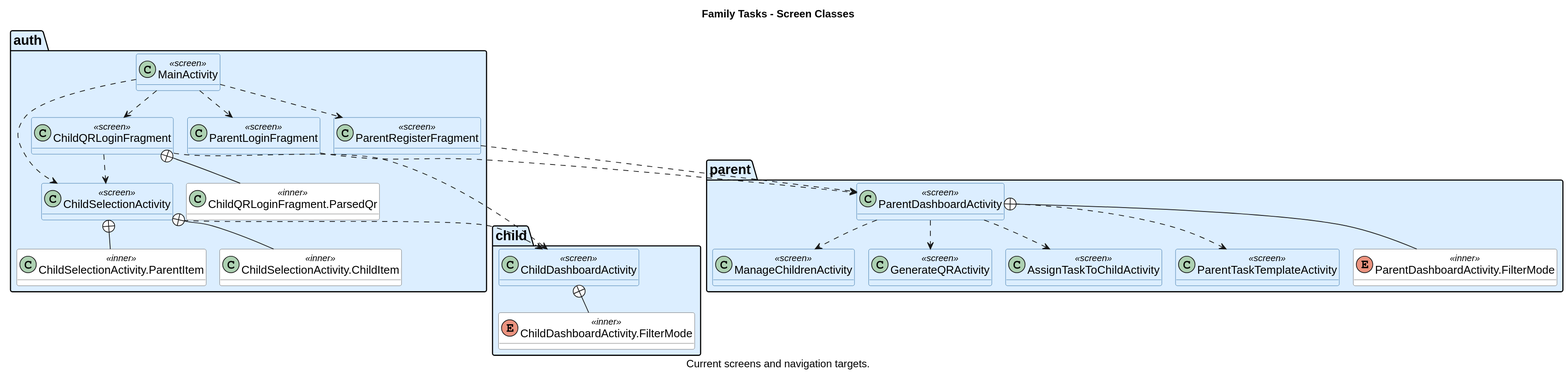
Before: docs/uml/images/family_tasks_screens.svg, a diagram exported from PlantUML (Roeip2000/Family_Tasks_Proj). Its diagram source:
```plantuml
@startuml
!pragma layout smetana
skinparam dpi 240
skinparam shadowing false
skinparam linetype ortho
skinparam classAttributeIconSize 0
skinparam defaultFontName Arial
skinparam classFontSize 15
skinparam packageFontSize 18
skinparam ArrowFontSize 12
skinparam classBackgroundColor<<screen>> #DCEEFF
skinparam classBorderColor<<screen>> #2F6FA3
skinparam classBackgroundColor<<inner>> #FFFFFF
skinparam classBorderColor<<inner>> #666666
hide empty methods
title Family Tasks - Screen Classes
caption Current screens and navigation targets.

package "auth" #DCEEFF {
class MainActivity <<screen>>
class ParentLoginFragment <<screen>>
class ParentRegisterFragment <<screen>>
class ChildQRLoginFragment <<screen>>
class ChildSelectionActivity <<screen>>
class "ChildQRLoginFragment.ParsedQr" as ParsedQr <<inner>>
class "ChildSelectionActivity.ParentItem" as ParentItem <<inner>>
class "ChildSelectionActivity.ChildItem" as SelectionChildItem <<inner>>
}

package "parent" #DCEEFF {
class ParentDashboardActivity <<screen>>
class ManageChildrenActivity <<screen>>
class GenerateQRActivity <<screen>>
class AssignTaskToChildActivity <<screen>>
class ParentTaskTemplateActivity <<screen>>
enum "ParentDashboardActivity.FilterMode" as ParentFilterMode <<inner>>
}

package "child" #DCEEFF {
class ChildDashboardActivity <<screen>>
enum "ChildDashboardActivity.FilterMode" as ChildFilterMode <<inner>>
}

MainActivity ..> ParentLoginFragment
MainActivity ..> ParentRegisterFragment
MainActivity ..> ChildQRLoginFragment
MainActivity ..> ChildSelectionActivity
ParentLoginFragment ..> ParentDashboardActivity
ParentRegisterFragment ..> ParentDashboardActivity
ChildQRLoginFragment ..> ChildSelectionActivity
ChildQRLoginFragment ..> ChildDashboardActivity
ChildQRLoginFragment +-- ParsedQr
ChildSelectionActivity ..> ChildDashboardActivity
ChildSelectionActivity +-- ParentItem
ChildSelectionActivity +-- SelectionChildItem
ParentDashboardActivity ..> ManageChildrenActivity
ParentDashboardActivity ..> ParentTaskTemplateActivity
ParentDashboardActivity ..> AssignTaskToChildActivity
ParentDashboardActivity ..> GenerateQRActivity
ParentDashboardActivity +-- ParentFilterMode
ChildDashboardActivity +-- ChildFilterMode
@enduml
```
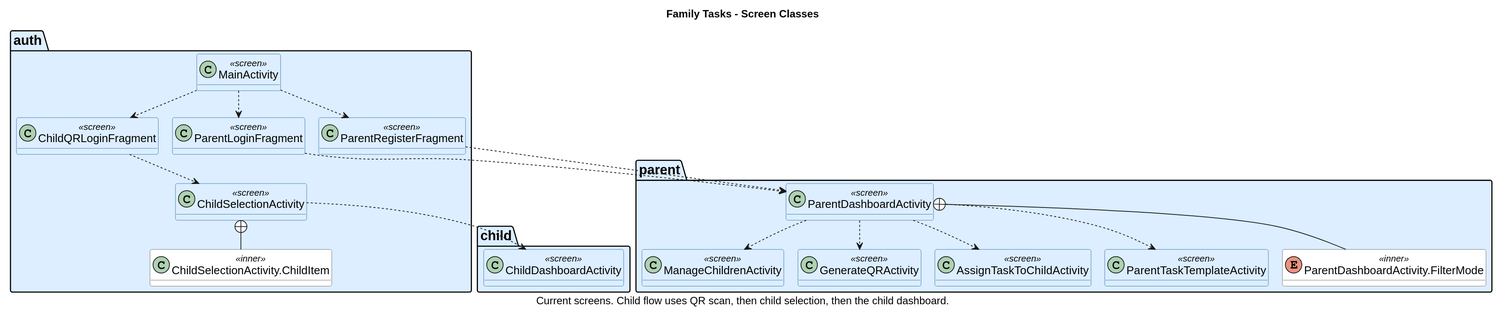
Above is the later version.

The edit, as a diff of the source:
```diff
@@ -14,7 +14,7 @@
 skinparam classBorderColor<<inner>> #666666
 hide empty methods
 title Family Tasks - Screen Classes
-caption Current screens and navigation targets.
+caption Current screens. Child flow uses QR scan, then child selection, then the child dashboard.
 
 package "auth" #DCEEFF {
 class MainActivity <<screen>>
@@ -22,8 +22,6 @@
 class ParentRegisterFragment <<screen>>
 class ChildQRLoginFragment <<screen>>
 class ChildSelectionActivity <<screen>>
-class "ChildQRLoginFragment.ParsedQr" as ParsedQr <<inner>>
-class "ChildSelectionActivity.ParentItem" as ParentItem <<inner>>
 class "ChildSelectionActivity.ChildItem" as SelectionChildItem <<inner>>
 }
 
@@ -38,25 +36,21 @@
 
 package "child" #DCEEFF {
 class ChildDashboardActivity <<screen>>
-enum "ChildDashboardActivity.FilterMode" as ChildFilterMode <<inner>>
 }
 
 MainActivity ..> ParentLoginFragment
 MainActivity ..> ParentRegisterFragment
 MainActivity ..> ChildQRLoginFragment
-MainActivity ..> ChildSelectionActivity
 ParentLoginFragment ..> ParentDashboardActivity
 ParentRegisterFragment ..> ParentDashboardActivity
+
 ChildQRLoginFragment ..> ChildSelectionActivity
-ChildQRLoginFragment ..> ChildDashboardActivity
-ChildQRLoginFragment +-- ParsedQr
 ChildSelectionActivity ..> ChildDashboardActivity
-ChildSelectionActivity +-- ParentItem
 ChildSelectionActivity +-- SelectionChildItem
+
 ParentDashboardActivity ..> ManageChildrenActivity
 ParentDashboardActivity ..> ParentTaskTemplateActivity
 ParentDashboardActivity ..> AssignTaskToChildActivity
 ParentDashboardActivity ..> GenerateQRActivity
 ParentDashboardActivity +-- ParentFilterMode
-ChildDashboardActivity +-- ChildFilterMode
 @enduml
```
